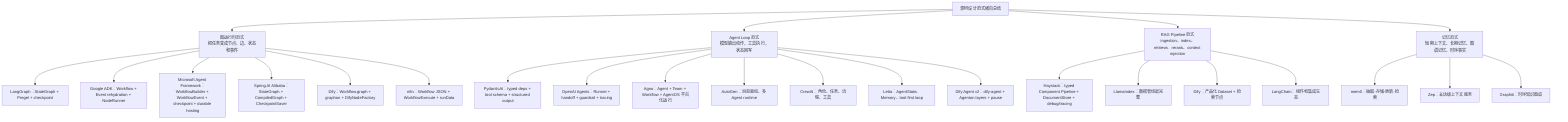
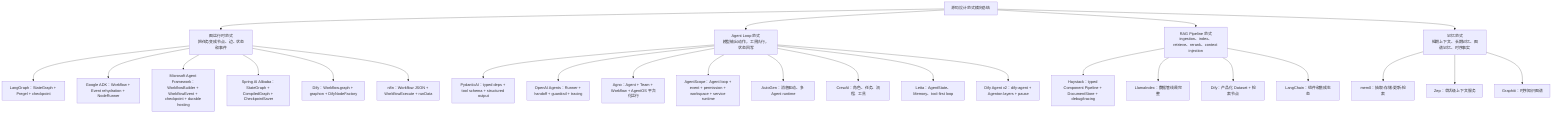
flowchart TB
    Pattern["源码设计范式横向总结"]
    Pattern --> Graph["图运行时范式<br/>把任务变成节点、边、状态和事件"]
    Graph --> LG["LangGraph：StateGraph + Pregel + checkpoint"]
    Graph --> ADK["Google ADK：Workflow + Event rehydration + NodeRunner"]
    Graph --> MAF["Microsoft Agent Framework：WorkflowBuilder + WorkflowEvent + checkpoint + durable hosting"]
    Graph --> SAA["Spring AI Alibaba：StateGraph + CompiledGraph + CheckpointSaver"]
    Graph --> DifyG["Dify：Workflow.graph + graphon + DifyNodeFactory"]
    Graph --> N8NG["n8n：Workflow JSON + WorkflowExecute + runData"]
    Pattern --> AgentLoop["Agent Loop 范式<br/>模型输出动作，工具执行，状态回写"]
    AgentLoop --> PAI["PydanticAI：typed deps + tool schema + structured output"]
    AgentLoop --> OAI["OpenAI Agents：Runner + handoff + guardrail + tracing"]
    AgentLoop --> AgnoA["Agno：Agent + Team + Workflow + AgentOS 平台化运行"]
+     AgentLoop --> AS["AgentScope：Agent loop + event + permission + workspace + service runtime"]
    AgentLoop --> Auto["AutoGen：消息驱动、多 Agent runtime"]
    AgentLoop --> Crew["CrewAI：角色、任务、流程、工具"]
    AgentLoop --> LettaP["Letta：AgentState、Memory、tool-first loop"]
    AgentLoop --> DifyA["Dify Agent v2：dify-agent + Agenton layers + pause"]
    Pattern --> RAG["RAG Pipeline 范式<br/>ingestion、index、retrieve、rerank、context injection"]
    RAG --> HS["Haystack：typed Component Pipeline + DocumentStore + debug/tracing"]
    RAG --> LI["LlamaIndex：数据管线最完整"]
    RAG --> DifyR["Dify：产品化 Dataset + 检索节点"]
    RAG --> LCR["LangChain：组件和集成生态"]
    Pattern --> MemoryP["记忆范式<br/>短期上下文、长期记忆、图谱记忆、时序事实"]
    MemoryP --> M0["mem0：抽取-存储-更新-检索"]
    MemoryP --> Z["Zep：会话级上下文服务"]
    MemoryP --> G["Graphiti：时序知识图谱"]
